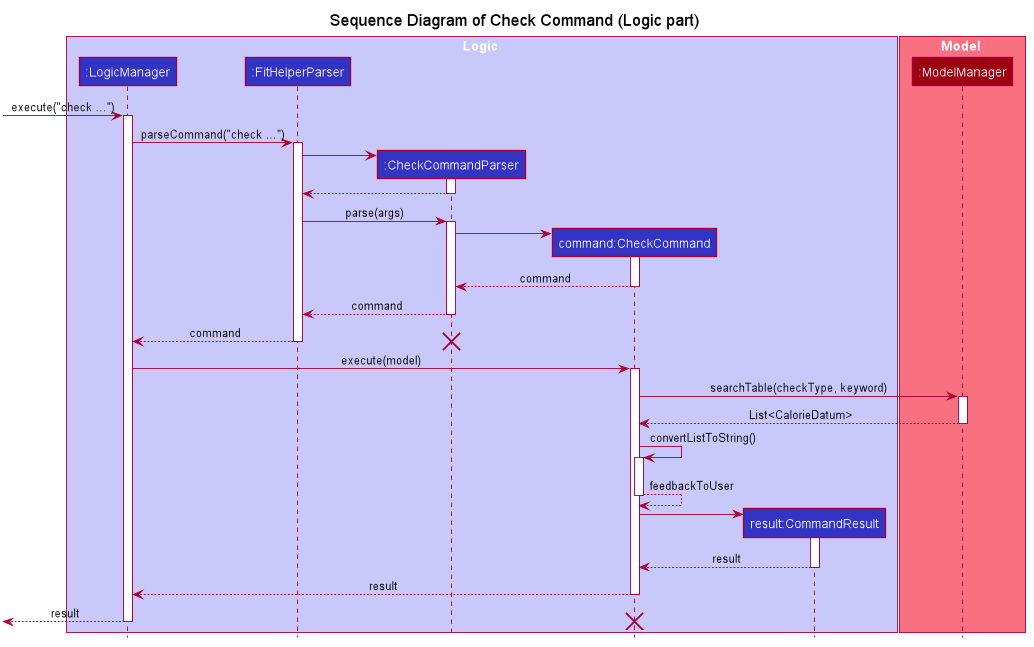
The PlantUML diagram docs/images/SequenceDiagramForCheckCommand1.png in nus-cs2103-AY1920S2/addressbook-level3, before a commit.
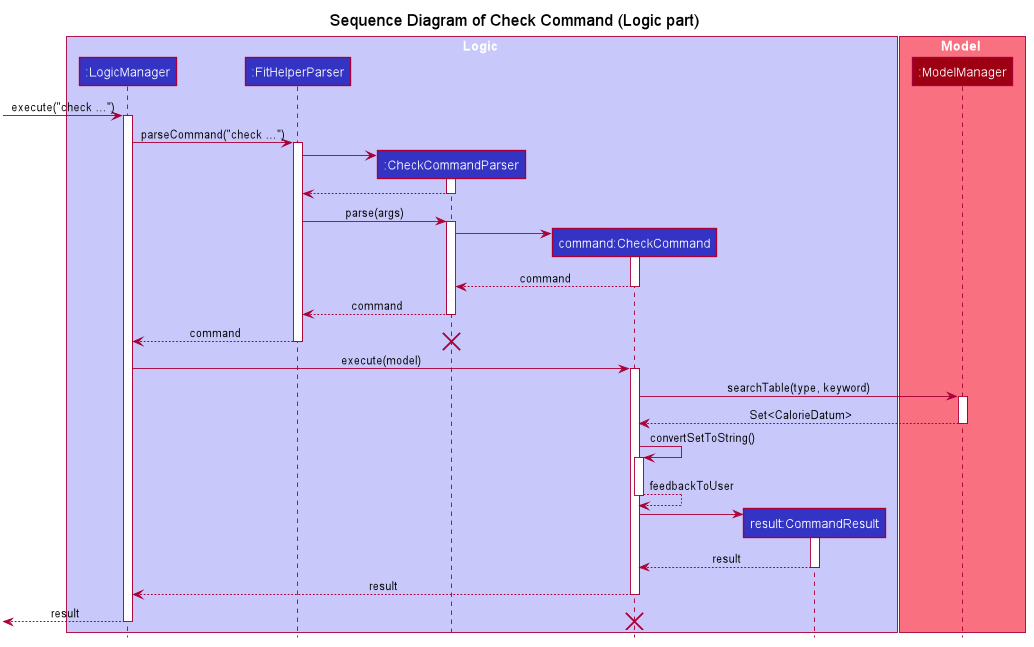
Above is the later version.

The edit, as a diff of the source:
```diff
@@ -88,11 +88,11 @@
 
 LogicManager -> CheckCommand : execute(model)
 activate CheckCommand
-CheckCommand -> ModelManager : searchTable(checkType, keyword)
+CheckCommand -> ModelManager : searchTable(type, keyword)
 activate ModelManager
-ModelManager --> CheckCommand : List<CalorieDatum>
+ModelManager --> CheckCommand : Set<CalorieDatum>
 deactivate ModelManager
-CheckCommand -> CheckCommand : convertListToString()
+CheckCommand -> CheckCommand : convertSetToString()
 activate CheckCommand
 CheckCommand --> CheckCommand : feedbackToUser
 deactivate
```
